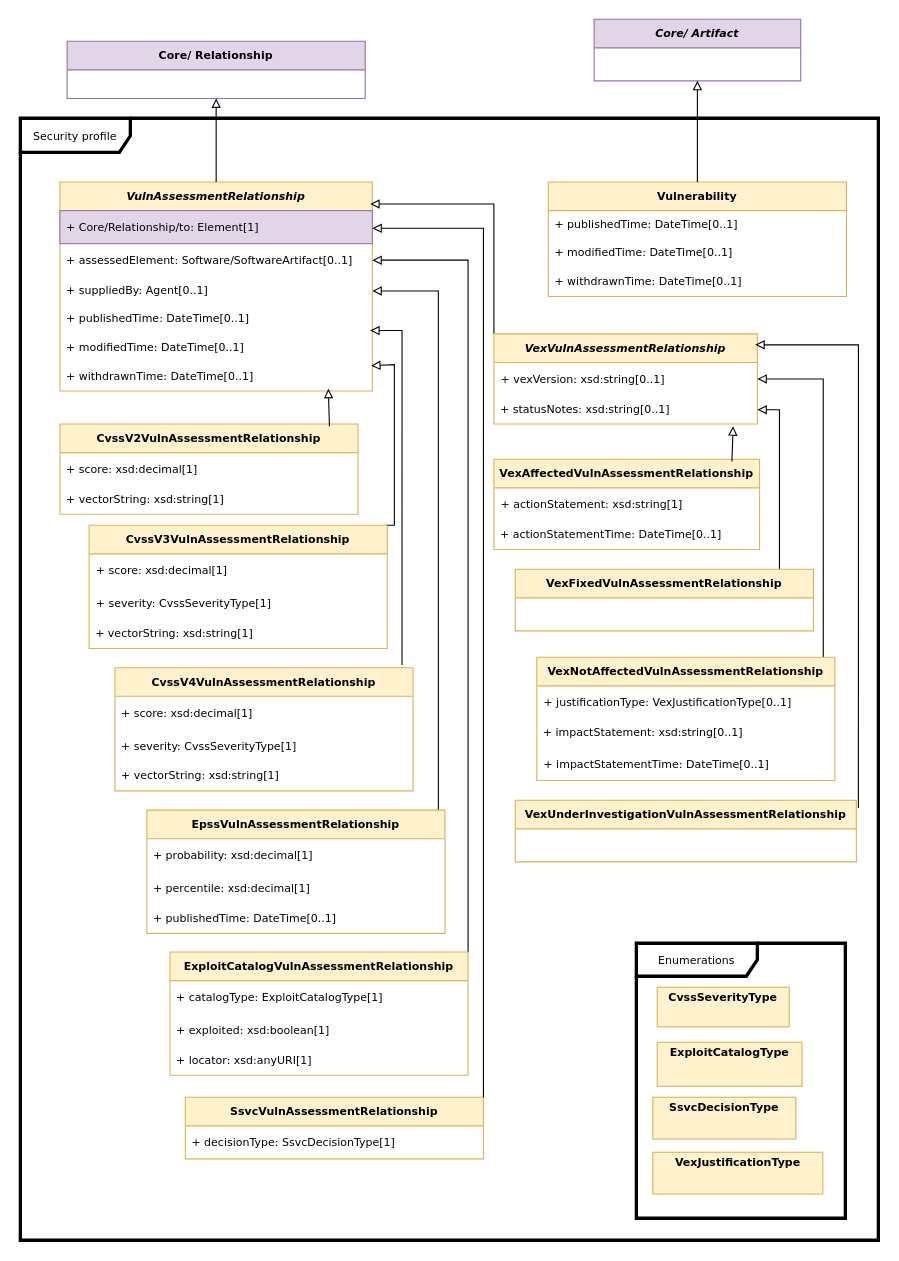
This is page "Security" (4 of 12) of docs/model.drawio from spdx/spdx-3-model, a draw.io file, before an edit. Source tidied: cells renumbered, new cells numbered last; positions are measured from the earlier drawing's top-left corner, leaving out a move shared by most shapes. Both pictures are drawn from the tidied source at 110%, with x=0, y=0 at pixel (20, 19).
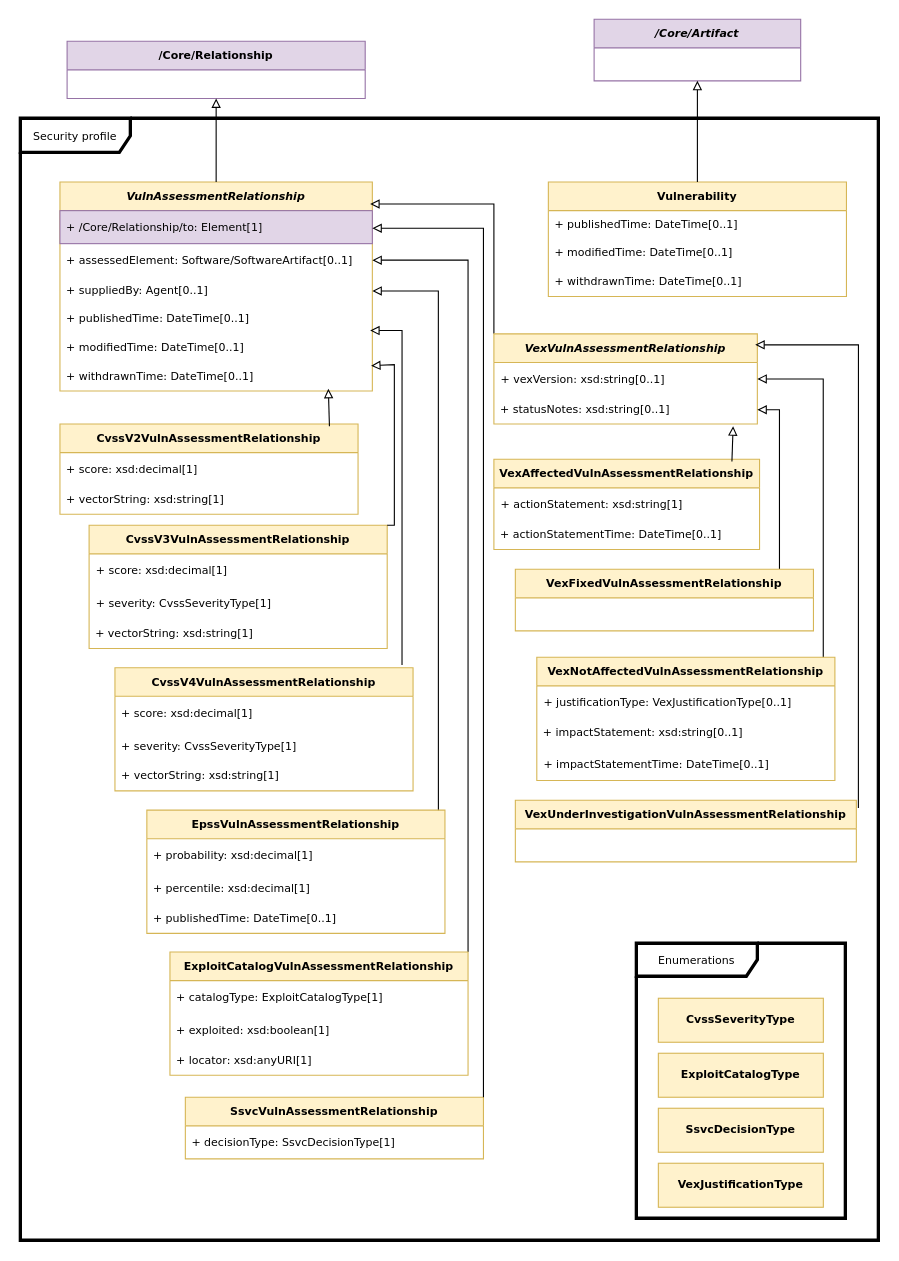
The same page after the edit.

Unchanged cells that the change refers to:
```xml
<mxCell id="11" value="VulnAssessmentRelationship" style="swimlane;fontStyle=3;horizontal=1;startSize=26;fillColor=#fff2cc;strokeColor=#d6b656;fontFamily=Verdana;fontSize=10;" parent="1" vertex="1">
  <mxGeometry x="36" y="148" width="284" height="190" as="geometry" />
</mxCell>
```

The edit, as a diff of the source:
```diff
@@
+    <mxCell id="5" value="Security profile" style="shape=umlFrame;whiteSpace=wrap;html=1;width=100;height=31;strokeWidth=3;fontFamily=Verdana;fontSize=10;" parent="1" vertex="1">
+      <mxGeometry y="90" width="780" height="1020" as="geometry" />
+    </mxCell>
@@
-    <mxCell id="3" value="&lt;p style=&quot;margin: 4px 0px 0px; text-align: center;&quot;&gt;&lt;b&gt;&lt;font color=&quot;#000000&quot;&gt;CvssSeverityType&lt;/font&gt;&lt;/b&gt;&lt;/p&gt;" style="verticalAlign=top;align=left;overflow=fill;fontSize=10;fontFamily=Verdana;html=1;fillColor=#fff2cc;strokeColor=#d6b656;fontStyle=0;" parent="1" vertex="1">
-      <mxGeometry x="579" y="880" width="120" height="36" as="geometry" />
+    <mxCell id="3" value="&lt;p style=&quot;margin: 4px 0px 0px; text-align: center; padding-top: 10px;&quot;&gt;&lt;b&gt;&lt;font color=&quot;#000000&quot;&gt;CvssSeverityType&lt;/font&gt;&lt;/b&gt;&lt;/p&gt;" style="verticalAlign=top;align=left;overflow=fill;fontSize=10;fontFamily=Verdana;html=1;fillColor=#fff2cc;strokeColor=#d6b656;fontStyle=0;" parent="1" vertex="1">
+      <mxGeometry x="580" y="890" width="150" height="40" as="geometry" />
     </mxCell>
-    <mxCell id="4" value="Core/ Artifact" style="swimlane;fontStyle=3;horizontal=1;startSize=26;fillColor=#e1d5e7;strokeColor=#9673a6;fontFamily=Verdana;fontSize=10;" parent="1" vertex="1">
+    <mxCell id="4" value="/Core/Artifact" style="swimlane;fontStyle=3;horizontal=1;startSize=26;fillColor=#e1d5e7;strokeColor=#9673a6;fontFamily=Verdana;fontSize=10;" parent="1" vertex="1">
       <mxGeometry x="521.6" width="187.8" height="56" as="geometry" />
     </mxCell>
-    <mxCell id="5" value="Security profile" style="shape=umlFrame;whiteSpace=wrap;html=1;width=100;height=31;strokeWidth=3;fontFamily=Verdana;fontSize=10;" parent="1" vertex="1">
-      <mxGeometry y="90" width="780" height="1020" as="geometry" />
-    </mxCell>
-    <mxCell id="6" value="Core/ Relationship" style="swimlane;fontStyle=1;horizontal=1;startSize=26;fillColor=#e1d5e7;strokeColor=#9673a6;fontFamily=Verdana;fontSize=10;" parent="1" vertex="1">
+    <mxCell id="6" value="/Core/Relationship" style="swimlane;fontStyle=1;horizontal=1;startSize=26;fillColor=#e1d5e7;strokeColor=#9673a6;fontFamily=Verdana;fontSize=10;" parent="1" vertex="1">
       <mxGeometry x="42.5" y="20" width="271" height="52" as="geometry" />
     </mxCell>
@@
-    <mxCell id="12" value="+ Core/Relationship/to: Element[1]" style="text;strokeColor=#9673a6;fillColor=#e1d5e7;align=left;verticalAlign=middle;spacingLeft=4;spacingRight=4;overflow=hidden;whiteSpace=wrap;html=1;fontFamily=Verdana;fontSize=10;" parent="11" vertex="1">
+    <mxCell id="12" value="+ /Core/Relationship/to: Element[1]" style="text;strokeColor=#9673a6;fillColor=#e1d5e7;align=left;verticalAlign=middle;spacingLeft=4;spacingRight=4;overflow=hidden;whiteSpace=wrap;html=1;fontFamily=Verdana;fontSize=10;" parent="11" vertex="1">
       <mxGeometry y="26" width="284" height="30" as="geometry" />
     </mxCell>
@@
-    <mxCell id="61" value="&lt;p style=&quot;margin: 4px 0px 0px; text-align: center;&quot;&gt;&lt;b&gt;&lt;font color=&quot;#000000&quot;&gt;ExploitCatalogType&lt;/font&gt;&lt;/b&gt;&lt;/p&gt;" style="verticalAlign=top;align=left;overflow=fill;fontSize=10;fontFamily=Verdana;html=1;fillColor=#fff2cc;strokeColor=#d6b656;fontStyle=0;" parent="1" vertex="1">
-      <mxGeometry x="579" y="930" width="131.6" height="40" as="geometry" />
+    <mxCell id="61" value="&lt;p style=&quot;margin: 4px 0px 0px; text-align: center; padding-top: 10px;&quot;&gt;&lt;b&gt;&lt;font color=&quot;#000000&quot;&gt;ExploitCatalogType&lt;/font&gt;&lt;/b&gt;&lt;/p&gt;" style="verticalAlign=top;align=left;overflow=fill;fontSize=10;fontFamily=Verdana;html=1;fillColor=#fff2cc;strokeColor=#d6b656;fontStyle=0;" parent="1" vertex="1">
+      <mxGeometry x="580" y="940" width="150" height="40" as="geometry" />
     </mxCell>
-    <mxCell id="62" value="&lt;p style=&quot;margin: 4px 0px 0px; text-align: center;&quot;&gt;&lt;b&gt;&lt;font color=&quot;#000000&quot;&gt;SsvcDecisionType&lt;/font&gt;&lt;/b&gt;&lt;/p&gt;" style="verticalAlign=top;align=left;overflow=fill;fontSize=10;fontFamily=Verdana;html=1;fillColor=#fff2cc;strokeColor=#d6b656;fontStyle=0;" parent="1" vertex="1">
-      <mxGeometry x="575" y="980" width="130" height="38" as="geometry" />
+    <mxCell id="62" value="&lt;p style=&quot;margin: 4px 0px 0px; text-align: center; padding-top: 10px;&quot;&gt;&lt;b&gt;&lt;font color=&quot;#000000&quot;&gt;SsvcDecisionType&lt;/font&gt;&lt;/b&gt;&lt;/p&gt;" style="verticalAlign=top;align=left;overflow=fill;fontSize=10;fontFamily=Verdana;html=1;fillColor=#fff2cc;strokeColor=#d6b656;fontStyle=0;" parent="1" vertex="1">
+      <mxGeometry x="580" y="990" width="150" height="40" as="geometry" />
     </mxCell>
-    <mxCell id="63" value="&lt;p style=&quot;margin: 4px 0px 0px; text-align: center;&quot;&gt;&lt;b&gt;&lt;font color=&quot;#000000&quot;&gt;VexJustificationType&lt;/font&gt;&lt;/b&gt;&lt;/p&gt;&lt;font&gt;&lt;/font&gt;&lt;p style=&quot;margin: 0px ; margin-left: 8px&quot;&gt;&lt;/p&gt;" style="verticalAlign=top;align=left;overflow=fill;fontSize=10;fontFamily=Verdana;html=1;fillColor=#fff2cc;strokeColor=#d6b656;fontStyle=0;" parent="1" vertex="1">
-      <mxGeometry x="575" y="1030" width="154.5" height="38" as="geometry" />
+    <mxCell id="63" value="&lt;p style=&quot;margin: 4px 0px 0px; text-align: center; padding-top: 10px;&quot;&gt;&lt;b&gt;&lt;font color=&quot;#000000&quot;&gt;VexJustificationType&lt;/font&gt;&lt;/b&gt;&lt;/p&gt;&lt;font&gt;&lt;/font&gt;&lt;p style=&quot;margin: 0px ; margin-left: 8px&quot;&gt;&lt;/p&gt;" style="verticalAlign=top;align=left;overflow=fill;fontSize=10;fontFamily=Verdana;html=1;fillColor=#fff2cc;strokeColor=#d6b656;fontStyle=0;" parent="1" vertex="1">
+      <mxGeometry x="580" y="1040" width="150" height="40" as="geometry" />
     </mxCell>
```
